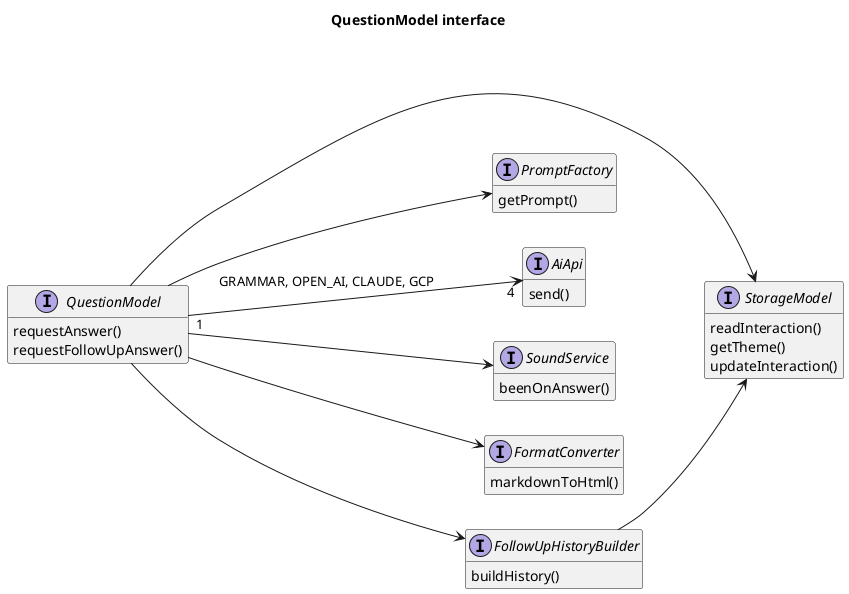
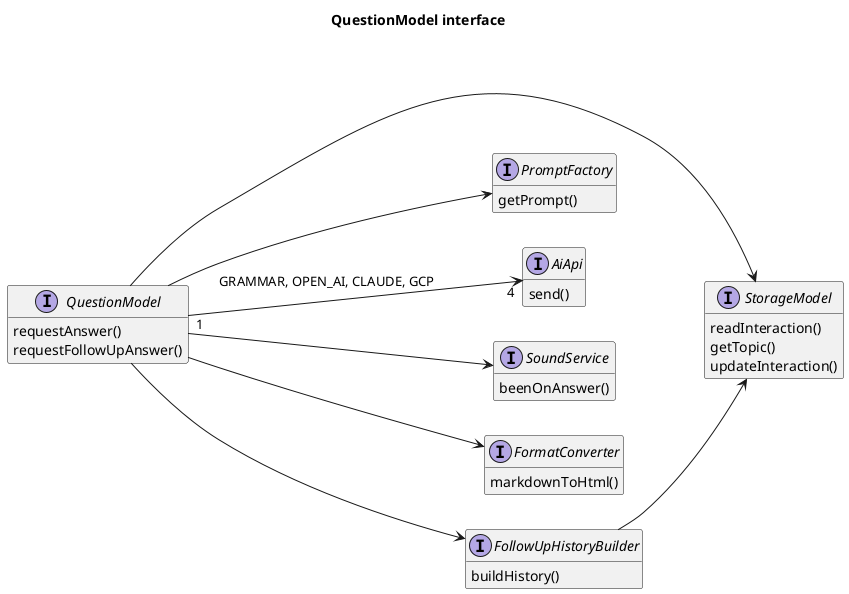
@startuml
hide empty members
left to right direction

title QuestionModel interface

interface QuestionModel {
    requestAnswer()
    requestFollowUpAnswer()
}
interface StorageModel {
    readInteraction()
-     getTheme()
+     getTopic()
    updateInteraction()
}
interface PromptFactory {
    getPrompt()
}
interface AiApi {
    send()
}
interface SoundService {
    beenOnAnswer()
}
interface FormatConverter {
    markdownToHtml()
}
interface FollowUpHistoryBuilder {
    buildHistory()
}

QuestionModel --> StorageModel
QuestionModel --> PromptFactory
QuestionModel "1" --> "4" AiApi: GRAMMAR, OPEN_AI, CLAUDE, GCP
QuestionModel --> SoundService
QuestionModel --> FormatConverter
QuestionModel --> FollowUpHistoryBuilder

FollowUpHistoryBuilder --> StorageModel

@enduml
